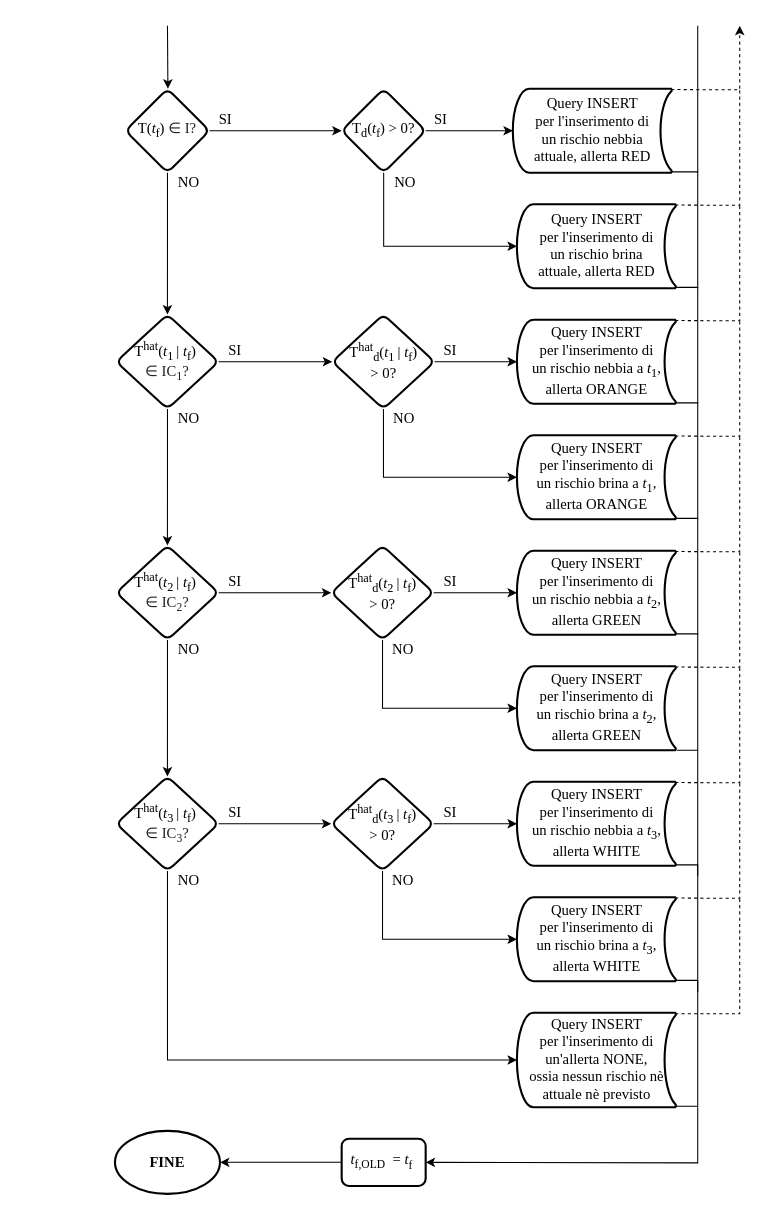
matteoverzeroli/LVSEmergency keeps this draw.io diagram as Iterazioni/Documentazione/Iterazione 3/OtherFiles/FC - Generatore allerte F&F(2).drawio. Above is the earlier version. Source tidied: cells renumbered, new cells numbered last; positions are measured from the earlier drawing's top-left corner, leaving out a move shared by most shapes. Both pictures are drawn from the tidied source at 105%, with x=0, y=0 at pixel (114, 25).
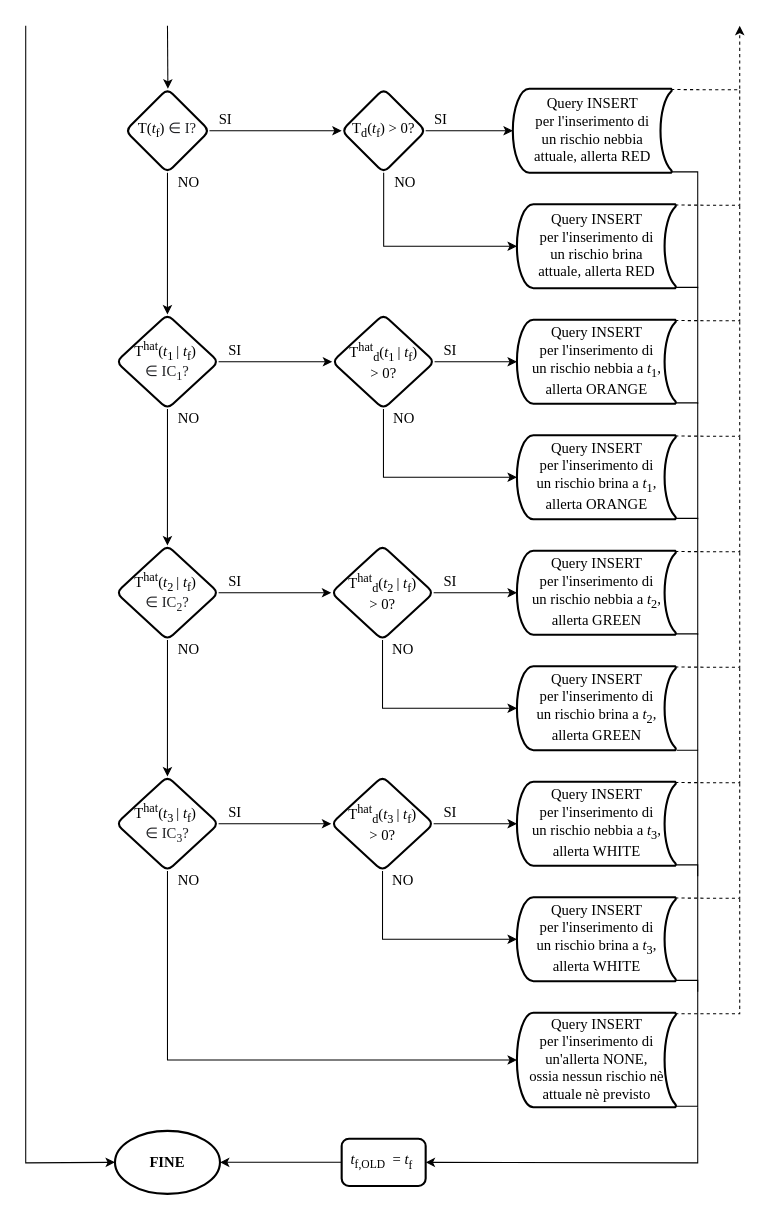
Above is the later version.

Unchanged cells that the change refers to:
```xml
<mxCell id="52" value="&lt;b&gt;FINE&lt;/b&gt;" style="strokeWidth=2;html=1;shape=mxgraph.flowchart.start_1;whiteSpace=wrap;fontFamily=Times New Roman;fontSize=14;" parent="1" vertex="1">
  <mxGeometry y="1052.5" width="100" height="60" as="geometry" />
</mxCell>
```

Diff of the diagram source:
```diff
@@
-    <mxCell id="73" style="endArrow=none;html=1;rounded=0;" parent="1" edge="1">
-      <mxGeometry relative="1" as="geometry">
-        <mxPoint x="555" y="140" as="sourcePoint" />
-        <mxPoint x="555" as="targetPoint" />
-      </mxGeometry>
-    </mxCell>
@@
+    <mxCell id="76" style="endArrow=classic;html=1;rounded=0;entryX=0;entryY=0.5;entryDx=0;entryDy=0;entryPerimeter=0;" parent="1" edge="1" target="52">
+      <mxGeometry relative="1" as="geometry">
+        <mxPoint x="-85" as="sourcePoint" />
+        <Array as="points">
+          <mxPoint x="-85" y="1083" />
+        </Array>
+      </mxGeometry>
+    </mxCell>
```
